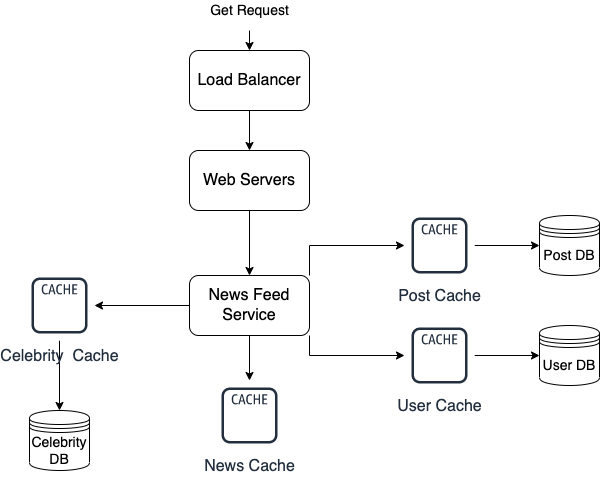
Before: System Design/Images/News_Feed_Generate.drawio.png, a diagram exported from draw.io (sidhant293/Essential-Algorithms). Source tidied: cells renumbered, new cells last; positions are measured from the earlier drawing's top-left corner, leaving out a move shared by most shapes.
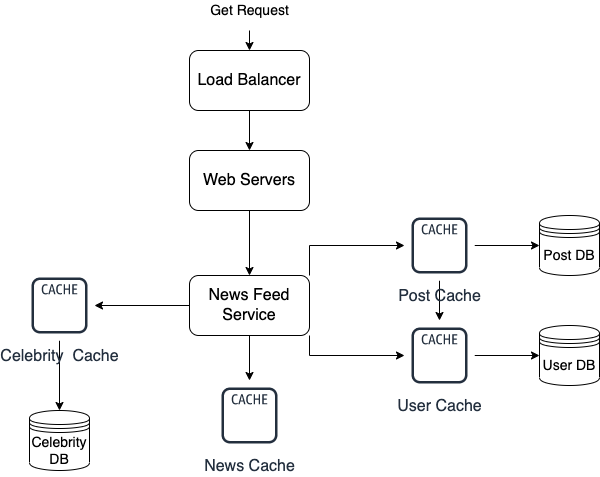
Above is the later version.

Change to the diagram source:
```diff
@@ -52,6 +52,9 @@
     <mxCell id="17" style="edgeStyle=orthogonalEdgeStyle;rounded=0;jettySize=auto;html=1;fontSize=14;" parent="1" edge="1" source="18" target="21">
       <mxGeometry relative="1" as="geometry" />
     </mxCell>
+    <mxCell id="23" style="edgeStyle=orthogonalEdgeStyle;rounded=0;jettySize=auto;html=1;" parent="1" edge="1" source="18" target="20">
+      <mxGeometry relative="1" as="geometry" />
+    </mxCell>
     <mxCell id="18" value="&lt;font size=&quot;3&quot;&gt;Post Cache&lt;/font&gt;" style="sketch=0;outlineConnect=0;fontColor=#232F3E;gradientColor=none;strokeColor=#232F3E;fillColor=#ffffff;dashed=0;verticalLabelPosition=bottom;verticalAlign=top;align=center;html=1;fontSize=12;fontStyle=0;shape=mxgraph.aws4.resourceIcon;resIcon=mxgraph.aws4.cache_node;" parent="1" vertex="1">
       <mxGeometry x="380" y="210" width="70" height="70" as="geometry" />
     </mxCell>
```
